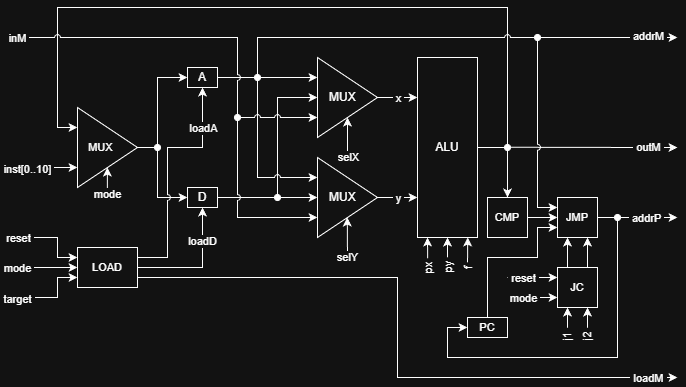
Before: doc/hwsim/cpu.png, a diagram exported from draw.io (direvus/btern). Source tidied: cells renumbered, new cells last; positions are measured from the earlier drawing's top-left corner, leaving out a move shared by most shapes.
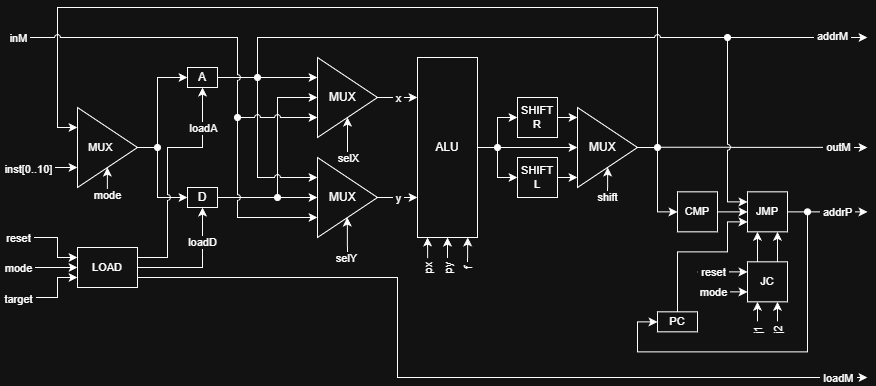
After the change.

Commit message:
Update CPU diagram to include shifting

Change to the diagram source:
```diff
@@ -67,22 +67,31 @@
     </mxCell>
     <mxCell id="17" style="edgeStyle=orthogonalEdgeStyle;shape=connector;rounded=0;jettySize=auto;html=1;strokeColor=default;align=center;verticalAlign=middle;fontFamily=Helvetica;fontSize=11;fontColor=default;labelBackgroundColor=default;endArrow=oval;endFill=1;" parent="1" edge="1" source="20">
       <mxGeometry relative="1" as="geometry">
-        <mxPoint x="500" y="140" as="targetPoint" />
+        <mxPoint x="490" y="140" as="targetPoint" />
       </mxGeometry>
     </mxCell>
-    <mxCell id="18" style="edgeStyle=orthogonalEdgeStyle;shape=connector;rounded=0;jettySize=auto;html=1;strokeColor=default;align=center;verticalAlign=middle;fontFamily=Helvetica;fontSize=11;fontColor=default;labelBackgroundColor=default;endArrow=classic;entryX=0;entryY=0.25;entryDx=0;entryDy=0;entryPerimeter=0;" parent="1" edge="1" source="20" target="45">
+    <mxCell id="18" style="edgeStyle=orthogonalEdgeStyle;shape=connector;rounded=0;jettySize=auto;html=1;strokeColor=default;align=center;verticalAlign=middle;fontFamily=Helvetica;fontSize=11;fontColor=default;labelBackgroundColor=default;endArrow=classic;entryX=0;entryY=0.25;entryDx=0;entryDy=0;entryPerimeter=0;" parent="1" edge="1" target="45">
       <mxGeometry relative="1" as="geometry">
+        <mxPoint x="650" y="140" as="sourcePoint" />
         <Array as="points">
-          <mxPoint x="500" y="140" />
-          <mxPoint x="500" />
+          <mxPoint x="650" y="70" />
+          <mxPoint x="650" />
           <mxPoint x="50" />
           <mxPoint x="50" y="120" />
         </Array>
       </mxGeometry>
     </mxCell>
-    <mxCell id="19" style="edgeStyle=orthogonalEdgeStyle;shape=connector;rounded=0;jumpStyle=arc;jettySize=auto;html=1;exitX=1;exitY=0.5;exitDx=0;exitDy=0;exitPerimeter=0;entryX=0.5;entryY=0;entryDx=0;entryDy=0;strokeColor=default;align=center;verticalAlign=middle;fontFamily=Helvetica;fontSize=11;fontColor=default;labelBackgroundColor=default;endArrow=classic;" parent="1" edge="1" source="20" target="71">
-      <mxGeometry relative="1" as="geometry" />
-    </mxCell>
+    <mxCell id="91" style="edgeStyle=orthogonalEdgeStyle;rounded=0;jettySize=auto;html=1;exitX=1;exitY=0.5;exitDx=0;exitDy=0;exitPerimeter=0;entryX=0;entryY=0.5;entryDx=0;entryDy=0;" parent="1" edge="1" source="20" target="95">
+      <mxGeometry relative="1" as="geometry" />
+    </mxCell>
+    <mxCell id="92" style="edgeStyle=orthogonalEdgeStyle;rounded=0;jettySize=auto;html=1;exitX=1;exitY=0.5;exitDx=0;exitDy=0;exitPerimeter=0;" parent="1" edge="1" source="20">
+      <mxGeometry relative="1" as="geometry">
+        <mxPoint x="570" y="140" as="targetPoint" />
+      </mxGeometry>
+    </mxCell>
+    <mxCell id="93" style="edgeStyle=orthogonalEdgeStyle;rounded=0;jettySize=auto;html=1;exitX=1;exitY=0.5;exitDx=0;exitDy=0;exitPerimeter=0;entryX=0;entryY=0.5;entryDx=0;entryDy=0;" parent="1" edge="1" source="20" target="100">
+      <mxGeometry relative="1" as="geometry" />
+    </mxCell>
     <mxCell id="20" value="ALU" style="whiteSpace=wrap;html=1;points=[[0,0,0,0,0],[0,0.25,0,0,0],[0,0.5,0,0,0],[0,0.75,0,0,0],[0,1,0,0,0],[0.15,1,0,0,0],[0.25,0,0,0,0],[0.33,1,0,0,0],[0.5,0,0,0,0],[0.5,1,0,0,0],[0.67,1,0,0,0],[0.75,0,0,0,0],[0.85,1,0,0,0],[1,0,0,0,0],[1,0.25,0,0,0],[1,0.5,0,0,0],[1,0.75,0,0,0],[1,1,0,0,0]];" parent="1" vertex="1">
       <mxGeometry x="410" y="50" width="60" height="180" as="geometry" />
     </mxCell>
@@ -106,7 +115,9 @@
       </mxGeometry>
     </mxCell>
     <mxCell id="25" value="&lt;div&gt;&lt;br&gt;&lt;/div&gt;&lt;div&gt;&lt;br&gt;&lt;/div&gt;" style="edgeLabel;html=1;align=center;verticalAlign=middle;" parent="24" vertex="1">
-      <mxGeometry x="-0.39" relative="1" as="geometry" />
+      <mxGeometry x="-0.39" relative="1" as="geometry">
+        <mxPoint x="190" y="-5" as="offset" />
+      </mxGeometry>
     </mxCell>
     <mxCell id="26" value="py&amp;nbsp;" style="edgeLabel;html=1;align=center;verticalAlign=middle;horizontal=0;" parent="24" vertex="1">
       <mxGeometry x="-0.7" relative="1" as="geometry">
@@ -120,7 +131,9 @@
       </mxGeometry>
     </mxCell>
     <mxCell id="28" value="&lt;div&gt;&lt;br&gt;&lt;/div&gt;&lt;div&gt;&lt;br&gt;&lt;/div&gt;" style="edgeLabel;html=1;align=center;verticalAlign=middle;" parent="27" vertex="1">
-      <mxGeometry x="-0.39" relative="1" as="geometry" />
+      <mxGeometry x="-0.39" relative="1" as="geometry">
+        <mxPoint x="190" y="-5" as="offset" />
+      </mxGeometry>
     </mxCell>
     <mxCell id="29" value="f&amp;nbsp;" style="edgeLabel;html=1;align=center;verticalAlign=middle;horizontal=0;" parent="27" vertex="1">
       <mxGeometry x="-0.68" y="-1" relative="1" as="geometry">
@@ -171,7 +184,7 @@
     </mxCell>
     <mxCell id="37" style="edgeStyle=orthogonalEdgeStyle;shape=connector;rounded=0;jumpStyle=arc;jettySize=auto;html=1;strokeColor=default;align=center;verticalAlign=middle;fontFamily=Helvetica;fontSize=11;fontColor=default;labelBackgroundColor=default;endArrow=oval;endFill=1;" parent="1" edge="1" source="38">
       <mxGeometry relative="1" as="geometry">
-        <mxPoint x="530" y="30" as="targetPoint" />
+        <mxPoint x="720" y="30" as="targetPoint" />
         <Array as="points">
           <mxPoint x="250" y="70" />
           <mxPoint x="250" y="30" />
@@ -283,7 +296,7 @@
     </mxCell>
     <mxCell id="57" style="edgeStyle=orthogonalEdgeStyle;shape=connector;rounded=0;jumpStyle=arc;jettySize=auto;html=1;exitX=1;exitY=0.75;exitDx=0;exitDy=0;strokeColor=default;align=center;verticalAlign=middle;fontFamily=Helvetica;fontSize=11;fontColor=default;labelBackgroundColor=default;endArrow=classic;" parent="1" edge="1" source="59">
       <mxGeometry relative="1" as="geometry">
-        <mxPoint x="670" y="370" as="targetPoint" />
+        <mxPoint x="860" y="370" as="targetPoint" />
         <Array as="points">
           <mxPoint x="390" y="270" />
           <mxPoint x="390" y="370" />
@@ -292,7 +305,7 @@
     </mxCell>
     <mxCell id="58" value="&amp;nbsp;loadM&amp;nbsp;" style="edgeLabel;html=1;align=center;verticalAlign=middle;fontFamily=Helvetica;fontSize=11;fontColor=default;labelBackgroundColor=default;" parent="57" vertex="1">
       <mxGeometry x="-0.58" y="1" relative="1" as="geometry">
-        <mxPoint x="375" y="101" as="offset" />
+        <mxPoint x="525" y="101" as="offset" />
       </mxGeometry>
     </mxCell>
     <mxCell id="59" value="LOAD" style="rounded=0;whiteSpace=wrap;html=1;fontFamily=Helvetica;fontSize=11;fontColor=default;labelBackgroundColor=default;" parent="1" vertex="1">
@@ -339,66 +352,58 @@
     </mxCell>
     <mxCell id="66" style="edgeStyle=none;orthogonalLoop=1;jettySize=auto;html=1;rounded=0;strokeColor=default;align=center;verticalAlign=middle;fontFamily=Helvetica;fontSize=11;fontColor=default;labelBackgroundColor=default;jumpStyle=arc;endArrow=classic;" parent="1" edge="1">
       <mxGeometry relative="1" as="geometry">
-        <mxPoint x="530" y="30" as="sourcePoint" />
-        <mxPoint x="670" y="30" as="targetPoint" />
+        <mxPoint x="720" y="30" as="sourcePoint" />
+        <mxPoint x="860" y="30" as="targetPoint" />
       </mxGeometry>
     </mxCell>
     <mxCell id="67" value="&amp;nbsp;addrM&amp;nbsp;" style="edgeLabel;html=1;align=center;verticalAlign=middle;fontFamily=Helvetica;fontSize=11;fontColor=default;labelBackgroundColor=default;" parent="66" vertex="1">
       <mxGeometry x="-0.24" y="2" relative="1" as="geometry">
-        <mxPoint x="57" as="offset" />
+        <mxPoint x="51" as="offset" />
       </mxGeometry>
     </mxCell>
     <mxCell id="68" style="edgeStyle=none;orthogonalLoop=1;jettySize=auto;html=1;rounded=0;strokeColor=default;align=center;verticalAlign=middle;fontFamily=Helvetica;fontSize=11;fontColor=default;labelBackgroundColor=default;jumpStyle=arc;endArrow=classic;" parent="1" edge="1">
       <mxGeometry relative="1" as="geometry">
-        <mxPoint x="500" y="139.8" as="sourcePoint" />
-        <mxPoint x="670" y="140.1" as="targetPoint" />
+        <mxPoint x="650" y="139.7" as="sourcePoint" />
+        <mxPoint x="860" y="140" as="targetPoint" />
       </mxGeometry>
     </mxCell>
     <mxCell id="69" value="&amp;nbsp;outM&amp;nbsp;" style="edgeLabel;html=1;align=center;verticalAlign=middle;fontFamily=Helvetica;fontSize=11;fontColor=default;labelBackgroundColor=default;" parent="68" vertex="1">
       <mxGeometry x="-0.24" y="2" relative="1" as="geometry">
-        <mxPoint x="76" y="2" as="offset" />
+        <mxPoint x="101" y="2" as="offset" />
       </mxGeometry>
     </mxCell>
     <mxCell id="70" style="edgeStyle=orthogonalEdgeStyle;shape=connector;rounded=0;jumpStyle=arc;jettySize=auto;html=1;entryX=0;entryY=0.5;entryDx=0;entryDy=0;strokeColor=default;align=center;verticalAlign=middle;fontFamily=Helvetica;fontSize=11;fontColor=default;labelBackgroundColor=default;endArrow=classic;" parent="1" edge="1" source="71" target="76">
       <mxGeometry relative="1" as="geometry" />
     </mxCell>
     <mxCell id="71" value="CMP" style="rounded=0;whiteSpace=wrap;html=1;fontFamily=Helvetica;fontSize=11;fontColor=default;labelBackgroundColor=default;" parent="1" vertex="1">
-      <mxGeometry x="480" y="190" width="40" height="40" as="geometry" />
+      <mxGeometry x="670" y="184.3" width="40" height="40" as="geometry" />
     </mxCell>
     <mxCell id="72" style="edgeStyle=orthogonalEdgeStyle;shape=connector;rounded=0;jumpStyle=arc;jettySize=auto;html=1;entryX=0;entryY=0.5;entryDx=0;entryDy=0;strokeColor=default;align=center;verticalAlign=middle;fontFamily=Helvetica;fontSize=11;fontColor=default;labelBackgroundColor=default;endArrow=classic;" parent="1" edge="1" source="76" target="90">
       <mxGeometry relative="1" as="geometry">
         <Array as="points">
-          <mxPoint x="610" y="210" />
-          <mxPoint x="610" y="350" />
-          <mxPoint x="440" y="350" />
-          <mxPoint x="440" y="320" />
+          <mxPoint x="800" y="204.3" />
+          <mxPoint x="800" y="344.4" />
+          <mxPoint x="630" y="344.4" />
+          <mxPoint x="630" y="314.4" />
         </Array>
       </mxGeometry>
     </mxCell>
     <mxCell id="73" style="edgeStyle=orthogonalEdgeStyle;shape=connector;rounded=0;jumpStyle=arc;jettySize=auto;html=1;strokeColor=default;align=center;verticalAlign=middle;fontFamily=Helvetica;fontSize=11;fontColor=default;labelBackgroundColor=default;endArrow=oval;endFill=1;" parent="1" edge="1" source="76">
       <mxGeometry relative="1" as="geometry">
-        <mxPoint x="610" y="210" as="targetPoint" />
+        <mxPoint x="800" y="204.3" as="targetPoint" />
       </mxGeometry>
     </mxCell>
     <mxCell id="74" style="edgeStyle=orthogonalEdgeStyle;shape=connector;rounded=0;jumpStyle=arc;jettySize=auto;html=1;strokeColor=default;align=center;verticalAlign=middle;fontFamily=Helvetica;fontSize=11;fontColor=default;labelBackgroundColor=default;endArrow=classic;" parent="1" edge="1" source="76">
       <mxGeometry relative="1" as="geometry">
-        <mxPoint x="670" y="210" as="targetPoint" />
+        <mxPoint x="860" y="204.3" as="targetPoint" />
       </mxGeometry>
     </mxCell>
     <mxCell id="75" value="&amp;nbsp;addrP&amp;nbsp;" style="edgeLabel;html=1;align=center;verticalAlign=middle;fontFamily=Helvetica;fontSize=11;fontColor=default;labelBackgroundColor=default;" parent="74" vertex="1">
       <mxGeometry x="0.22" relative="1" as="geometry" />
     </mxCell>
     <mxCell id="76" value="JMP" style="rounded=0;whiteSpace=wrap;html=1;fontFamily=Helvetica;fontSize=11;fontColor=default;labelBackgroundColor=default;" parent="1" vertex="1">
-      <mxGeometry x="550" y="190" width="40" height="40" as="geometry" />
+      <mxGeometry x="740" y="184.3" width="40" height="40" as="geometry" />
     </mxCell>
-    <mxCell id="77" style="edgeStyle=orthogonalEdgeStyle;jettySize=auto;html=1;rounded=0;strokeColor=default;align=center;verticalAlign=middle;fontFamily=Helvetica;fontSize=11;fontColor=default;labelBackgroundColor=default;jumpStyle=arc;endArrow=classic;entryX=0;entryY=0.25;entryDx=0;entryDy=0;" parent="1" edge="1" target="76">
-      <mxGeometry relative="1" as="geometry">
-        <mxPoint x="530" y="30" as="sourcePoint" />
-        <Array as="points">
-          <mxPoint x="530" y="200" />
-        </Array>
-      </mxGeometry>
-    </mxCell>
     <mxCell id="78" style="edgeStyle=orthogonalEdgeStyle;shape=connector;rounded=0;jumpStyle=arc;jettySize=auto;html=1;exitX=0.25;exitY=0;exitDx=0;exitDy=0;entryX=0.25;entryY=1;entryDx=0;entryDy=0;strokeColor=default;align=center;verticalAlign=middle;fontFamily=Helvetica;fontSize=11;fontColor=default;labelBackgroundColor=default;endArrow=classic;" parent="1" edge="1" source="80" target="76">
       <mxGeometry relative="1" as="geometry" />
     </mxCell>
@@ -406,11 +411,11 @@
       <mxGeometry relative="1" as="geometry" />
     </mxCell>
     <mxCell id="80" value="JC" style="rounded=0;whiteSpace=wrap;html=1;fontFamily=Helvetica;fontSize=11;fontColor=default;labelBackgroundColor=default;" parent="1" vertex="1">
-      <mxGeometry x="550" y="260" width="40" height="40" as="geometry" />
+      <mxGeometry x="740" y="254.4" width="40" height="40" as="geometry" />
     </mxCell>
     <mxCell id="81" style="edgeStyle=none;jettySize=auto;html=1;rounded=0;strokeColor=default;align=center;verticalAlign=middle;fontFamily=Helvetica;fontSize=11;fontColor=default;labelBackgroundColor=default;jumpStyle=arc;endArrow=classic;entryX=0.25;entryY=1;entryDx=0;entryDy=0;" parent="1" edge="1" target="80">
       <mxGeometry relative="1" as="geometry">
-        <mxPoint x="560" y="330" as="sourcePoint" />
+        <mxPoint x="750" y="324.4" as="sourcePoint" />
       </mxGeometry>
     </mxCell>
     <mxCell id="82" value="&amp;nbsp;j1&amp;nbsp;" style="edgeLabel;html=1;align=center;verticalAlign=middle;fontFamily=Helvetica;fontSize=11;fontColor=default;labelBackgroundColor=default;horizontal=0;" parent="81" vertex="1">
@@ -420,7 +425,7 @@
     </mxCell>
     <mxCell id="83" style="edgeStyle=none;jettySize=auto;html=1;rounded=0;strokeColor=default;align=center;verticalAlign=middle;fontFamily=Helvetica;fontSize=11;fontColor=default;labelBackgroundColor=default;jumpStyle=arc;endArrow=classic;entryX=0.75;entryY=1;entryDx=0;entryDy=0;" parent="1" edge="1" target="80">
       <mxGeometry relative="1" as="geometry">
-        <mxPoint x="580" y="330" as="sourcePoint" />
+        <mxPoint x="770" y="324.4" as="sourcePoint" />
       </mxGeometry>
     </mxCell>
     <mxCell id="84" value="&amp;nbsp;j2&amp;nbsp;" style="edgeLabel;html=1;align=center;verticalAlign=middle;fontFamily=Helvetica;fontSize=11;fontColor=default;labelBackgroundColor=default;horizontal=0;" parent="83" vertex="1">
@@ -430,7 +435,7 @@
     </mxCell>
     <mxCell id="85" style="edgeStyle=none;jettySize=auto;html=1;rounded=0;strokeColor=default;align=center;verticalAlign=middle;fontFamily=Helvetica;fontSize=11;fontColor=default;labelBackgroundColor=default;jumpStyle=arc;endArrow=classic;entryX=0;entryY=0.25;entryDx=0;entryDy=0;" parent="1" edge="1" target="80">
       <mxGeometry relative="1" as="geometry">
-        <mxPoint x="500" y="270" as="sourcePoint" />
+        <mxPoint x="690" y="264.4" as="sourcePoint" />
       </mxGeometry>
     </mxCell>
     <mxCell id="86" value="&amp;nbsp;reset&amp;nbsp;" style="edgeLabel;html=1;align=center;verticalAlign=middle;fontFamily=Helvetica;fontSize=11;fontColor=default;labelBackgroundColor=default;" parent="85" vertex="1">
@@ -440,8 +445,8 @@
     </mxCell>
     <mxCell id="87" style="edgeStyle=none;orthogonalLoop=1;jettySize=auto;html=1;rounded=0;strokeColor=default;align=center;verticalAlign=middle;fontFamily=Helvetica;fontSize=11;fontColor=default;labelBackgroundColor=default;jumpStyle=arc;endArrow=classic;entryX=0;entryY=0.25;entryDx=0;entryDy=0;" parent="1" edge="1">
       <mxGeometry relative="1" as="geometry">
-        <mxPoint x="500" y="290" as="sourcePoint" />
-        <mxPoint x="550" y="290" as="targetPoint" />
+        <mxPoint x="690" y="284.4" as="sourcePoint" />
+        <mxPoint x="740" y="284.4" as="targetPoint" />
       </mxGeometry>
     </mxCell>
     <mxCell id="88" value="&amp;nbsp;mode&amp;nbsp;" style="edgeLabel;html=1;align=center;verticalAlign=middle;fontFamily=Helvetica;fontSize=11;fontColor=default;labelBackgroundColor=default;" parent="87" vertex="1">
@@ -452,14 +457,64 @@
     <mxCell id="89" style="edgeStyle=orthogonalEdgeStyle;shape=connector;rounded=0;jumpStyle=arc;jettySize=auto;html=1;entryX=0;entryY=0.75;entryDx=0;entryDy=0;strokeColor=default;align=center;verticalAlign=middle;fontFamily=Helvetica;fontSize=11;fontColor=default;labelBackgroundColor=default;endArrow=classic;" parent="1" edge="1" source="90" target="76">
       <mxGeometry relative="1" as="geometry">
         <Array as="points">
-          <mxPoint x="480" y="250" />
-          <mxPoint x="530" y="250" />
-          <mxPoint x="530" y="220" />
+          <mxPoint x="670" y="244.4" />
+          <mxPoint x="720" y="244.4" />
+          <mxPoint x="720" y="214.3" />
         </Array>
       </mxGeometry>
     </mxCell>
     <mxCell id="90" value="PC" style="rounded=0;whiteSpace=wrap;html=1;fontFamily=Helvetica;fontSize=11;fontColor=default;labelBackgroundColor=default;" parent="1" vertex="1">
-      <mxGeometry x="460" y="310" width="40" height="20" as="geometry" />
+      <mxGeometry x="650" y="304.4" width="40" height="20" as="geometry" />
     </mxCell>
+    <mxCell id="94" style="edgeStyle=orthogonalEdgeStyle;rounded=0;jettySize=auto;html=1;exitX=1;exitY=0.5;exitDx=0;exitDy=0;" parent="1" edge="1" source="95">
+      <mxGeometry relative="1" as="geometry">
+        <mxPoint x="570" y="110" as="targetPoint" />
+      </mxGeometry>
+    </mxCell>
+    <mxCell id="95" value="SHIFT&lt;br&gt;R" style="rounded=0;whiteSpace=wrap;html=1;fontFamily=Helvetica;fontSize=11;fontColor=default;labelBackgroundColor=default;" parent="1" vertex="1">
+      <mxGeometry x="510" y="90" width="40" height="40" as="geometry" />
+    </mxCell>
+    <mxCell id="96" style="group;" parent="1" vertex="1">
+      <mxGeometry x="560" y="100" width="70" height="80" as="geometry" />
+    </mxCell>
+    <mxCell id="97" style="edgeStyle=orthogonalEdgeStyle;rounded=0;jettySize=auto;html=1;exitX=1;exitY=0.5;exitDx=0;exitDy=0;exitPerimeter=0;endArrow=oval;endFill=1;" parent="96" edge="1" source="98">
+      <mxGeometry relative="1" as="geometry">
+        <mxPoint x="90" y="40" as="targetPoint" />
+      </mxGeometry>
+    </mxCell>
+    <mxCell id="98" value="&amp;nbsp; &amp;nbsp;MUX" style="triangle;whiteSpace=wrap;html=1;points=[[0,0.25,0,0,0],[0,0.5,0,0,0],[0,0.75,0,0,0],[0.5,0.25,0,0,0],[0.5,1,0,0,0],[1,0.5,0,0,0]];align=left;" parent="96" vertex="1">
+      <mxGeometry x="10" width="60" height="80" as="geometry" />
+    </mxCell>
+    <mxCell id="99" style="edgeStyle=orthogonalEdgeStyle;rounded=0;jettySize=auto;html=1;exitX=1;exitY=0.5;exitDx=0;exitDy=0;" parent="1" edge="1" source="100">
+      <mxGeometry relative="1" as="geometry">
+        <mxPoint x="570" y="170" as="targetPoint" />
+      </mxGeometry>
+    </mxCell>
+    <mxCell id="100" value="SHIFT&lt;br&gt;L" style="rounded=0;whiteSpace=wrap;html=1;fontFamily=Helvetica;fontSize=11;fontColor=default;labelBackgroundColor=default;" parent="1" vertex="1">
+      <mxGeometry x="510" y="150" width="40" height="40" as="geometry" />
+    </mxCell>
+    <mxCell id="101" value="shift" style="edgeStyle=none;orthogonalLoop=1;jettySize=auto;html=1;rounded=0;entryX=0.67;entryY=1;entryDx=0;entryDy=0;entryPerimeter=0;" parent="1" edge="1">
+      <mxGeometry x="-1" relative="1" as="geometry">
+        <mxPoint x="600" y="190" as="sourcePoint" />
+        <mxPoint x="600.2" y="160" as="targetPoint" />
+      </mxGeometry>
+    </mxCell>
+    <mxCell id="102" value="&lt;div&gt;&lt;br&gt;&lt;/div&gt;&lt;div&gt;&lt;br&gt;&lt;/div&gt;" style="edgeLabel;html=1;align=center;verticalAlign=middle;" parent="101" vertex="1">
+      <mxGeometry x="-0.39" relative="1" as="geometry">
+        <mxPoint x="190" y="-5" as="offset" />
+      </mxGeometry>
+    </mxCell>
+    <mxCell id="103" style="edgeStyle=orthogonalEdgeStyle;rounded=0;jettySize=auto;html=1;exitX=1;exitY=0.5;exitDx=0;exitDy=0;exitPerimeter=0;entryX=0;entryY=0.5;entryDx=0;entryDy=0;" parent="1" edge="1" source="98" target="71">
+      <mxGeometry relative="1" as="geometry" />
+    </mxCell>
+    <mxCell id="104" style="edgeStyle=orthogonalEdgeStyle;jettySize=auto;html=1;rounded=0;jumpStyle=arc;entryX=0;entryY=0.25;entryDx=0;entryDy=0;" parent="1" edge="1" target="76">
+      <mxGeometry relative="1" as="geometry">
+        <mxPoint x="720" y="30" as="sourcePoint" />
+        <Array as="points">
+          <mxPoint x="720" y="195" />
+          <mxPoint x="740" y="195" />
+        </Array>
+      </mxGeometry>
+    </mxCell>
   </root>
 </mxGraphModel>
```
